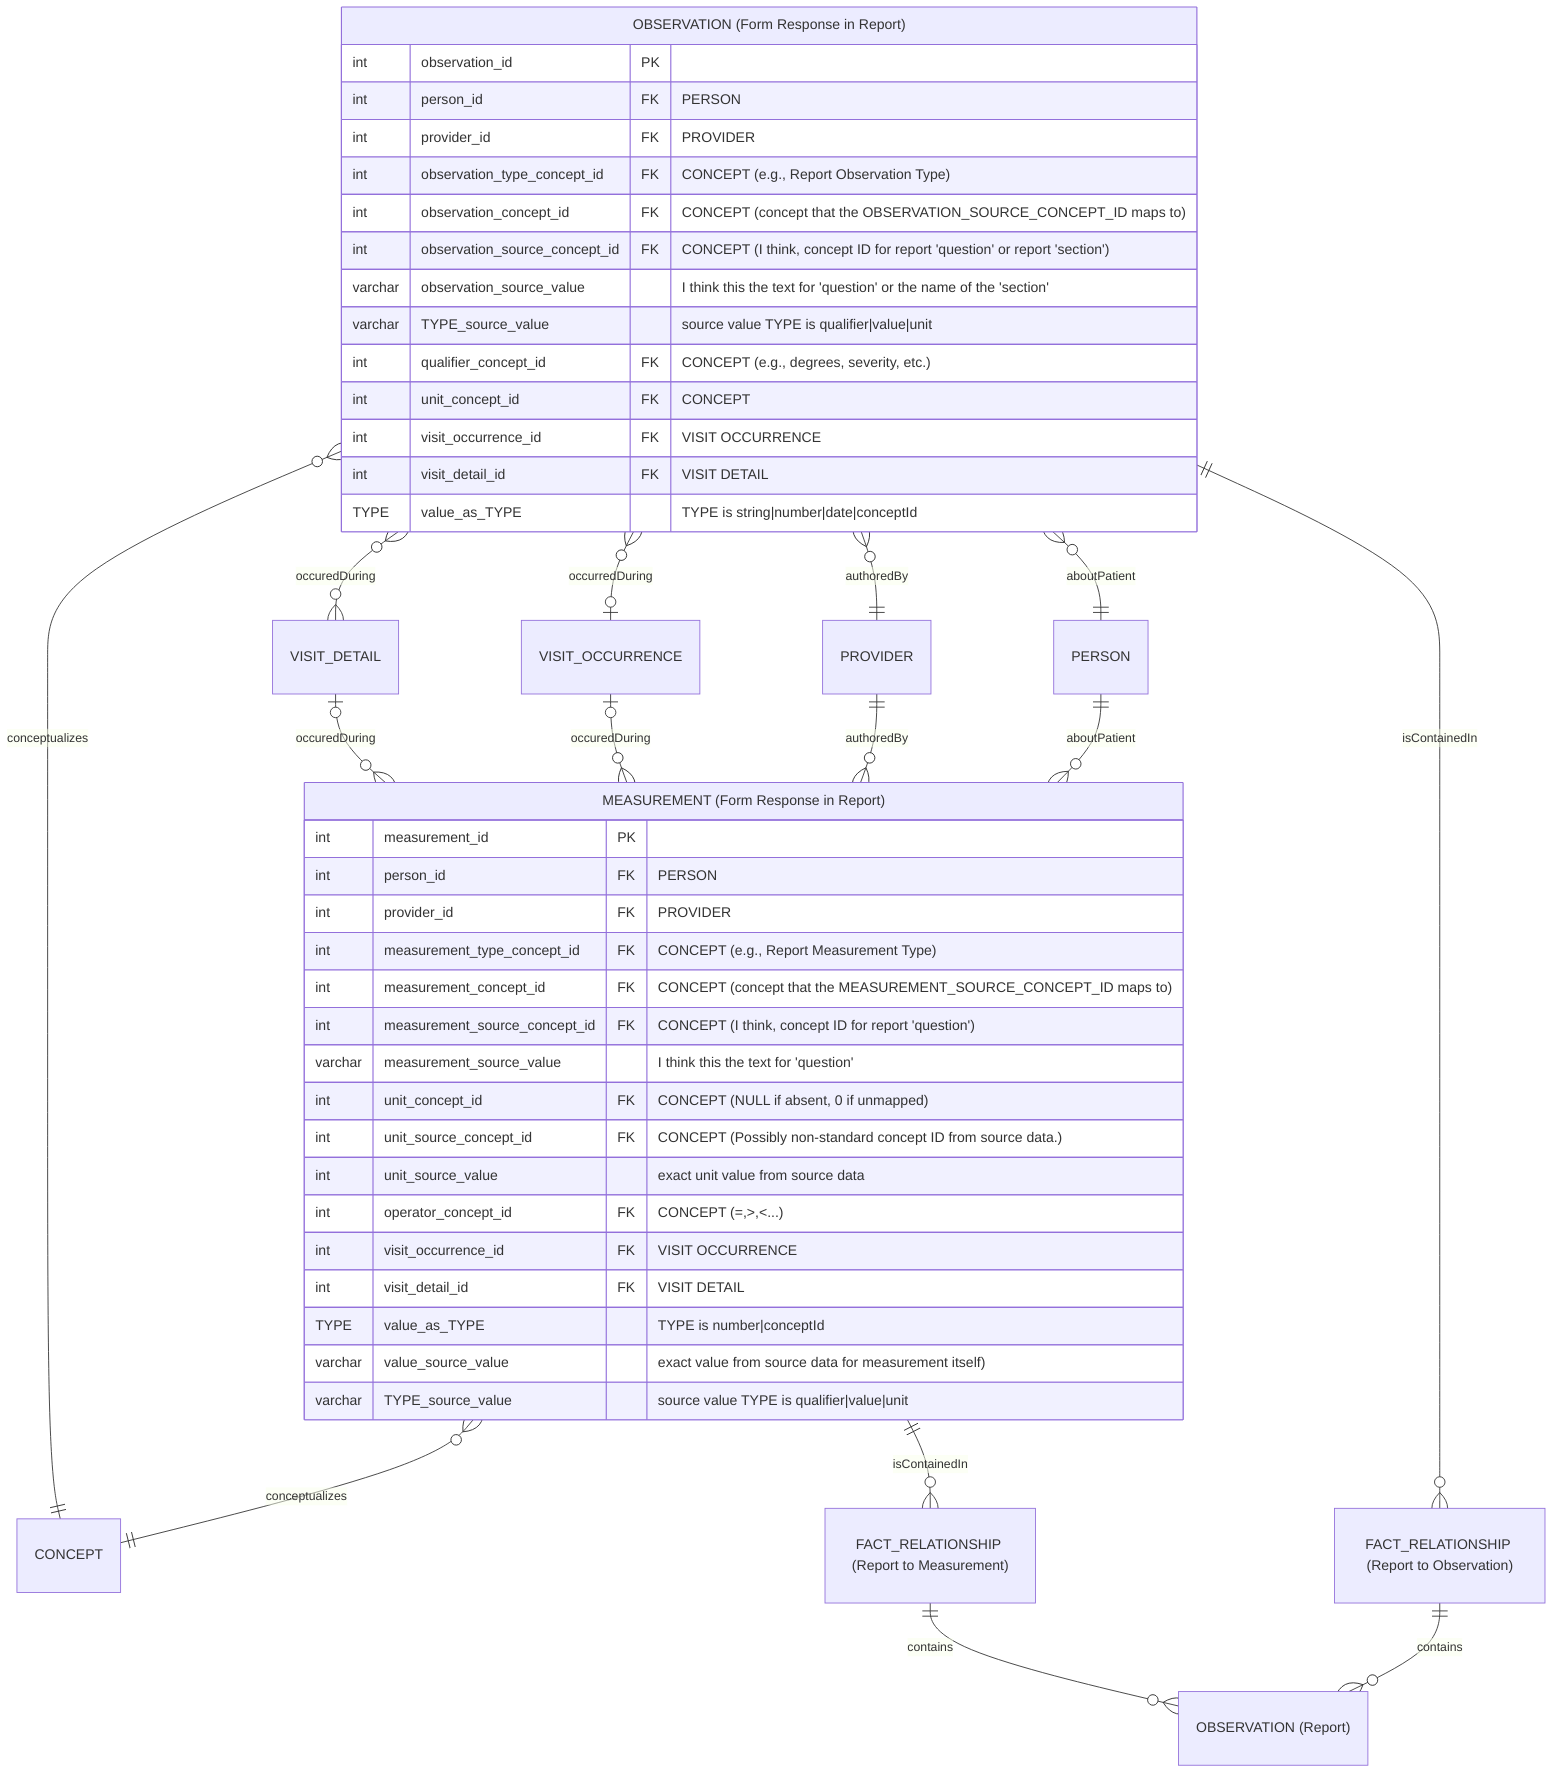
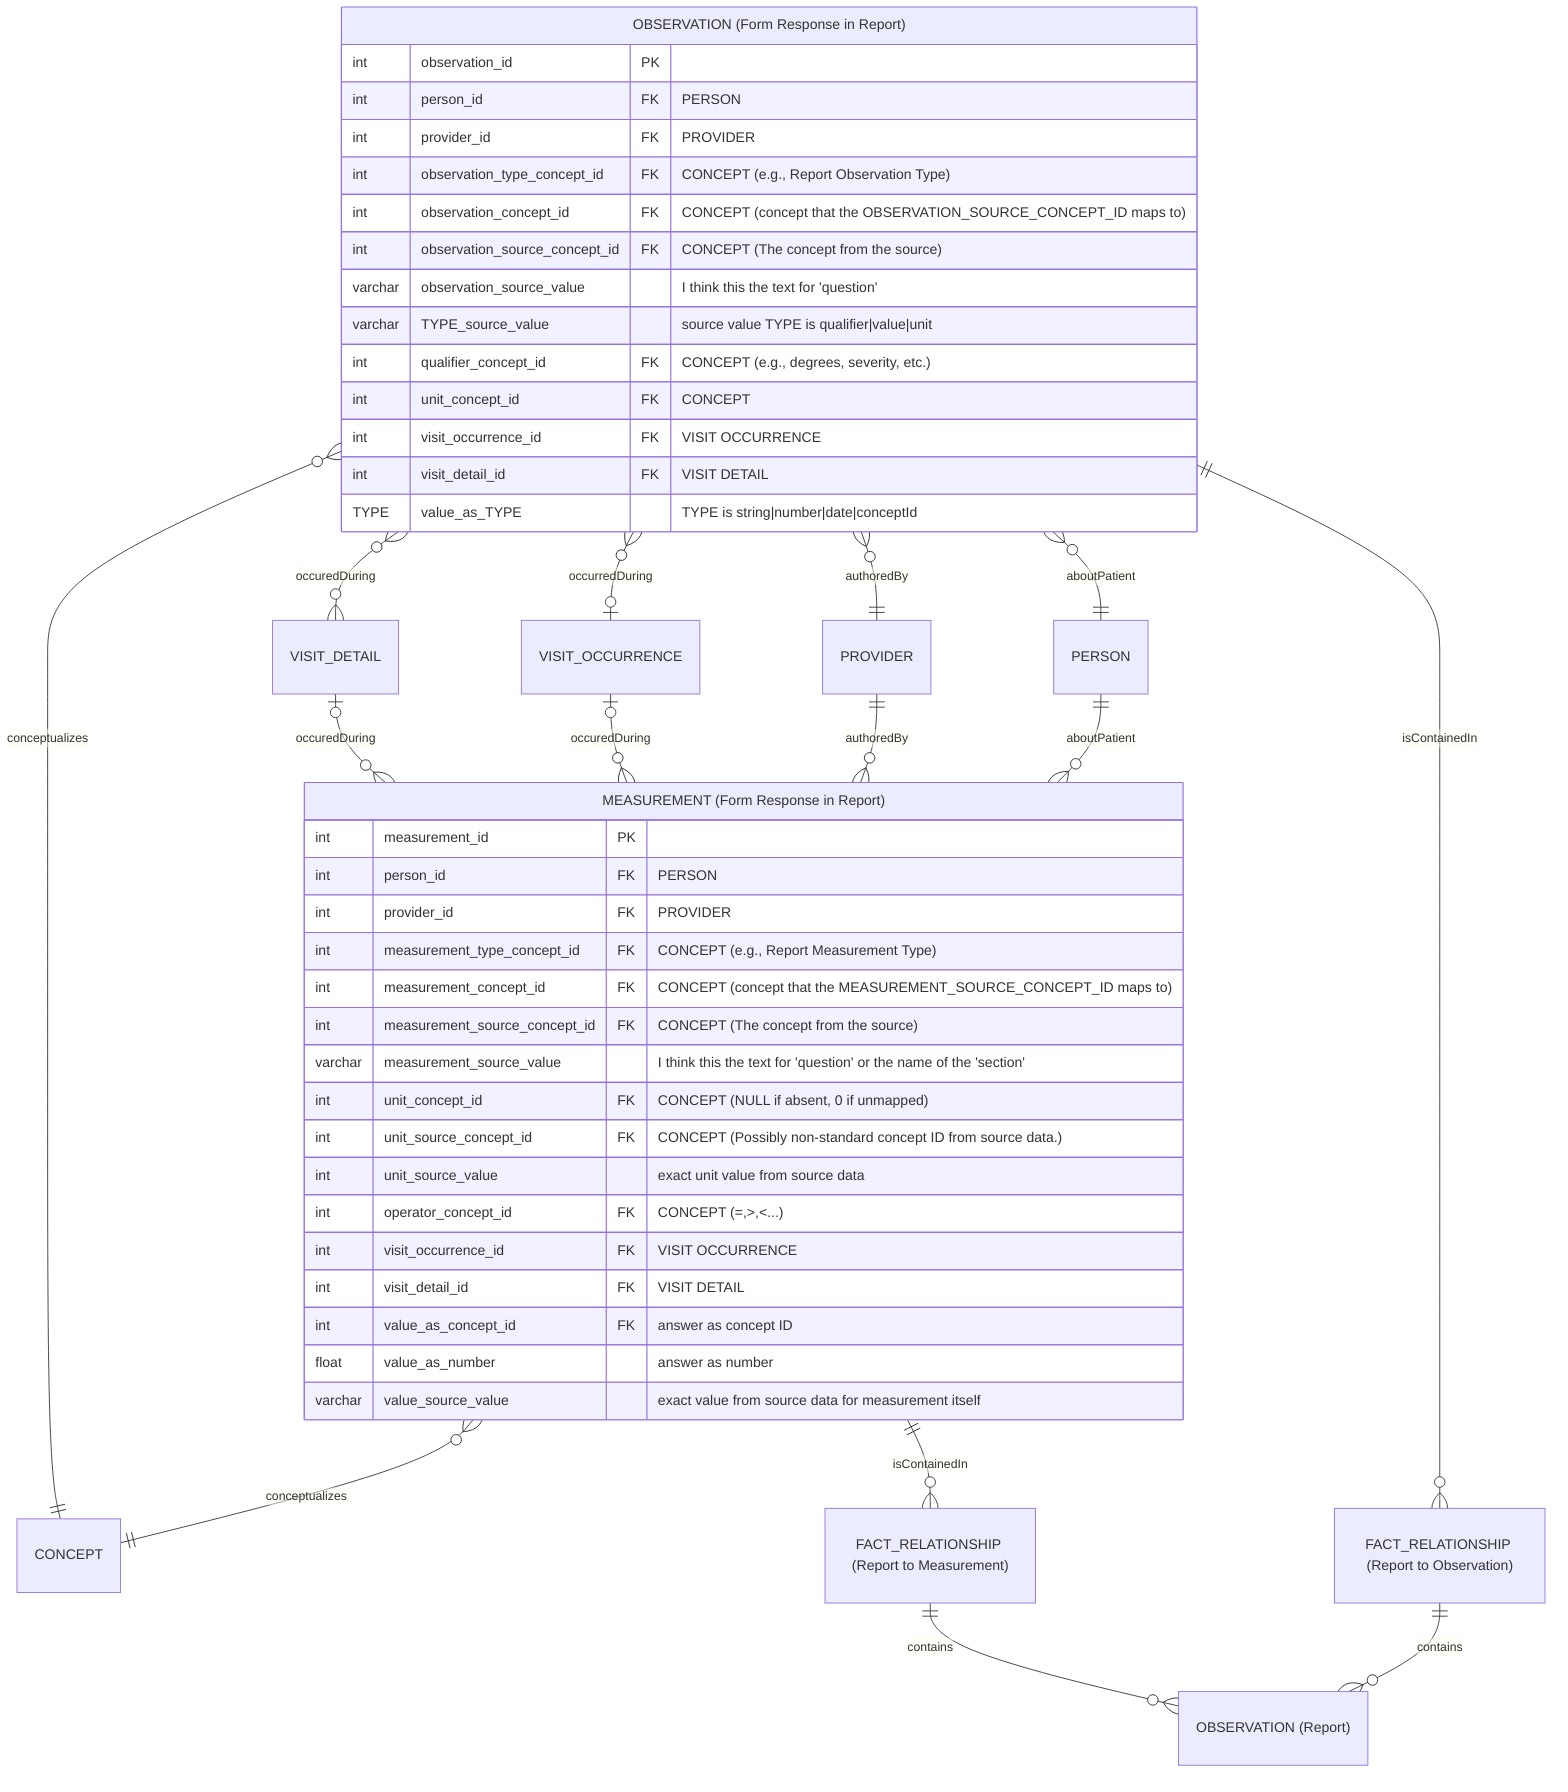
erDiagram

%% direction LR

OBSERVATION ["OBSERVATION (Report)"]
OBSERVATION_OTHER ["OBSERVATION (Form Response in Report)"] {
  int observation_id PK
  int person_id FK "PERSON"
  int provider_id FK "PROVIDER"
  int observation_type_concept_id FK "CONCEPT (e.g., Report Observation Type)"
  int observation_concept_id FK "CONCEPT (concept that the OBSERVATION_SOURCE_CONCEPT_ID maps to)"
-   int observation_source_concept_id FK "CONCEPT (I think, concept ID for report 'question' or report 'section')"
-   varchar observation_source_value  "I think this the text for 'question' or the name of the 'section'"
+   int observation_source_concept_id FK "CONCEPT (The concept from the source)"
+   varchar observation_source_value  "I think this the text for 'question'"
  varchar TYPE_source_value  "source value TYPE is qualifier|value|unit"
  int qualifier_concept_id FK "CONCEPT (e.g., degrees, severity, etc.)"
  int unit_concept_id FK "CONCEPT"
  int visit_occurrence_id FK "VISIT OCCURRENCE"
  int visit_detail_id FK "VISIT DETAIL"
  TYPE value_as_TYPE  "TYPE is string|number|date|conceptId"

}

MEASUREMENT ["MEASUREMENT (Form Response in Report)"] {
  int measurement_id PK
  int person_id FK "PERSON"
  int provider_id FK "PROVIDER"
  int measurement_type_concept_id FK "CONCEPT (e.g., Report Measurement Type)"
  int measurement_concept_id FK "CONCEPT (concept that the MEASUREMENT_SOURCE_CONCEPT_ID maps to)"
-   int measurement_source_concept_id FK "CONCEPT (I think, concept ID for report 'question')"
-   varchar measurement_source_value  "I think this the text for 'question'"
+   int measurement_source_concept_id FK "CONCEPT (The concept from the source)"
+   varchar measurement_source_value  "I think this the text for 'question' or the name of the 'section'"
  int unit_concept_id FK "CONCEPT (NULL if absent, 0 if unmapped)"
  int unit_source_concept_id FK "CONCEPT (Possibly non-standard concept ID from source data.)"
  int unit_source_value  "exact unit value from source data"
  int operator_concept_id FK "CONCEPT (=,>,<...)"
  int visit_occurrence_id FK "VISIT OCCURRENCE"
  int visit_detail_id FK "VISIT DETAIL"
-   TYPE value_as_TYPE  "TYPE is number|conceptId"
-   varchar value_source_value  "exact value from source data for measurement itself)"
-   varchar TYPE_source_value  "source value TYPE is qualifier|value|unit"
+   int value_as_concept_id FK "answer as concept ID"
+   float value_as_number  "answer as number"
+   varchar value_source_value  "exact value from source data for measurement itself"
}

OBSERVATION_OTHER }o--|| PERSON : aboutPatient
PERSON ||--o{ MEASUREMENT : "aboutPatient"

OBSERVATION_OTHER }o--|| PROVIDER : authoredBy
PROVIDER ||--o{ MEASUREMENT : authoredBy

CONCEPT ||--o{ OBSERVATION_OTHER : "conceptualizes"
MEASUREMENT }o--|| CONCEPT : "conceptualizes"
%% CONCEPT ||--o{ MEASUREMENT : "conceptualizes"

FACT_RELATIONSHIP_OBS ["FACT_RELATIONSHIP (Report to Observation)"]
FACT_RELATIONSHIP_MEAS ["FACT_RELATIONSHIP (Report to Measurement)"]

OBSERVATION_OTHER ||--o{ FACT_RELATIONSHIP_OBS : "isContainedIn"
MEASUREMENT ||--o{ FACT_RELATIONSHIP_MEAS : "isContainedIn"

OBSERVATION_OTHER }o--o| VISIT_OCCURRENCE : occurredDuring

OBSERVATION_OTHER }o--o{ VISIT_DETAIL : occuredDuring

VISIT_OCCURRENCE |o--o{  MEASUREMENT : occuredDuring
VISIT_DETAIL |o--o{  MEASUREMENT : occuredDuring

FACT_RELATIONSHIP_OBS ||--o{ OBSERVATION : "contains"
FACT_RELATIONSHIP_MEAS ||--o{ OBSERVATION : "contains"